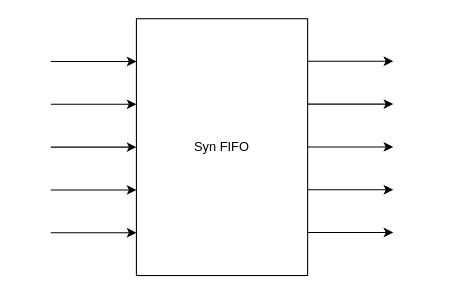
Before: FIFO.drawio in 106210049/Synchronous-FIFO-memory-with-Verilog, a draw.io diagram. Source tidied: cells renumbered, new cells numbered last; positions are measured from the earlier drawing's top-left corner, leaving out a move shared by most shapes. Both pictures are drawn from the tidied source at 107%, with x=0, y=0 at pixel (50, 18).
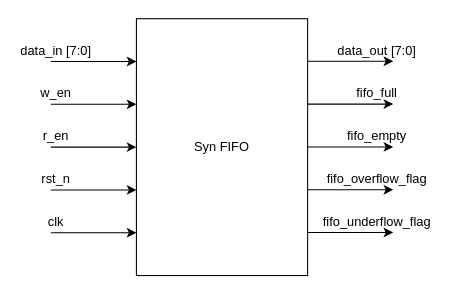
Above is the later version.

What changed in the source:
```diff
@@
+    <mxCell id="13" value="data_in [7:0]" style="text;strokeColor=none;align=center;fillColor=none;html=1;verticalAlign=middle;whiteSpace=wrap;rounded=0;" parent="1" vertex="1">
+      <mxGeometry x="-30" y="20" width="70" height="20" as="geometry" />
+    </mxCell>
+    <mxCell id="14" value="w_en" style="text;strokeColor=none;align=center;fillColor=none;html=1;verticalAlign=middle;whiteSpace=wrap;rounded=0;" parent="1" vertex="1">
+      <mxGeometry x="-30" y="60" width="70" height="20" as="geometry" />
+    </mxCell>
+    <mxCell id="15" value="r_en" style="text;strokeColor=none;align=center;fillColor=none;html=1;verticalAlign=middle;whiteSpace=wrap;rounded=0;" parent="1" vertex="1">
+      <mxGeometry x="-30" y="100" width="70" height="20" as="geometry" />
+    </mxCell>
+    <mxCell id="16" value="rst_n" style="text;strokeColor=none;align=center;fillColor=none;html=1;verticalAlign=middle;whiteSpace=wrap;rounded=0;" parent="1" vertex="1">
+      <mxGeometry x="-30" y="140" width="70" height="20" as="geometry" />
+    </mxCell>
+    <mxCell id="17" value="clk" style="text;strokeColor=none;align=center;fillColor=none;html=1;verticalAlign=middle;whiteSpace=wrap;rounded=0;" parent="1" vertex="1">
+      <mxGeometry x="-30" y="180" width="70" height="20" as="geometry" />
+    </mxCell>
+    <mxCell id="18" value="data_out [7:0]" style="text;strokeColor=none;align=center;fillColor=none;html=1;verticalAlign=middle;whiteSpace=wrap;rounded=0;" parent="1" vertex="1">
+      <mxGeometry x="260" y="20" width="90" height="20" as="geometry" />
+    </mxCell>
+    <mxCell id="19" value="fifo_full" style="text;strokeColor=none;align=center;fillColor=none;html=1;verticalAlign=middle;whiteSpace=wrap;rounded=0;" parent="1" vertex="1">
+      <mxGeometry x="260" y="60" width="90" height="20" as="geometry" />
+    </mxCell>
+    <mxCell id="20" value="fifo_empty" style="text;strokeColor=none;align=center;fillColor=none;html=1;verticalAlign=middle;whiteSpace=wrap;rounded=0;" parent="1" vertex="1">
+      <mxGeometry x="260" y="100" width="90" height="20" as="geometry" />
+    </mxCell>
+    <mxCell id="21" value="fifo_overflow_flag" style="text;strokeColor=none;align=center;fillColor=none;html=1;verticalAlign=middle;whiteSpace=wrap;rounded=0;" parent="1" vertex="1">
+      <mxGeometry x="260" y="140" width="90" height="20" as="geometry" />
+    </mxCell>
+    <mxCell id="22" value="fifo_underflow_flag" style="text;strokeColor=none;align=center;fillColor=none;html=1;verticalAlign=middle;whiteSpace=wrap;rounded=0;" parent="1" vertex="1">
+      <mxGeometry x="260" y="180" width="90" height="20" as="geometry" />
+    </mxCell>
```
